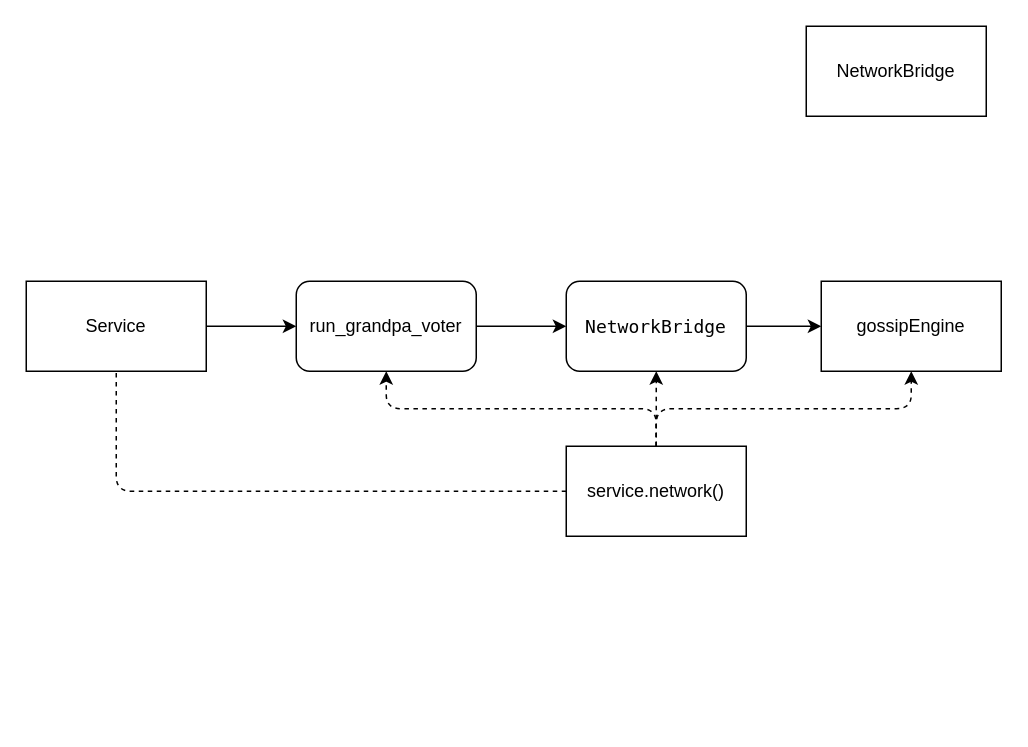
The draw.io diagram docs/代码研究/network.drawio in plotozhu/brace, before the edit. Source tidied: cells renumbered, new cells numbered last; positions are measured from the earlier drawing's top-left corner, leaving out a move shared by most shapes. Both pictures are drawn from the tidied source at 150%, with x=0, y=0 at pixel (26, 26).
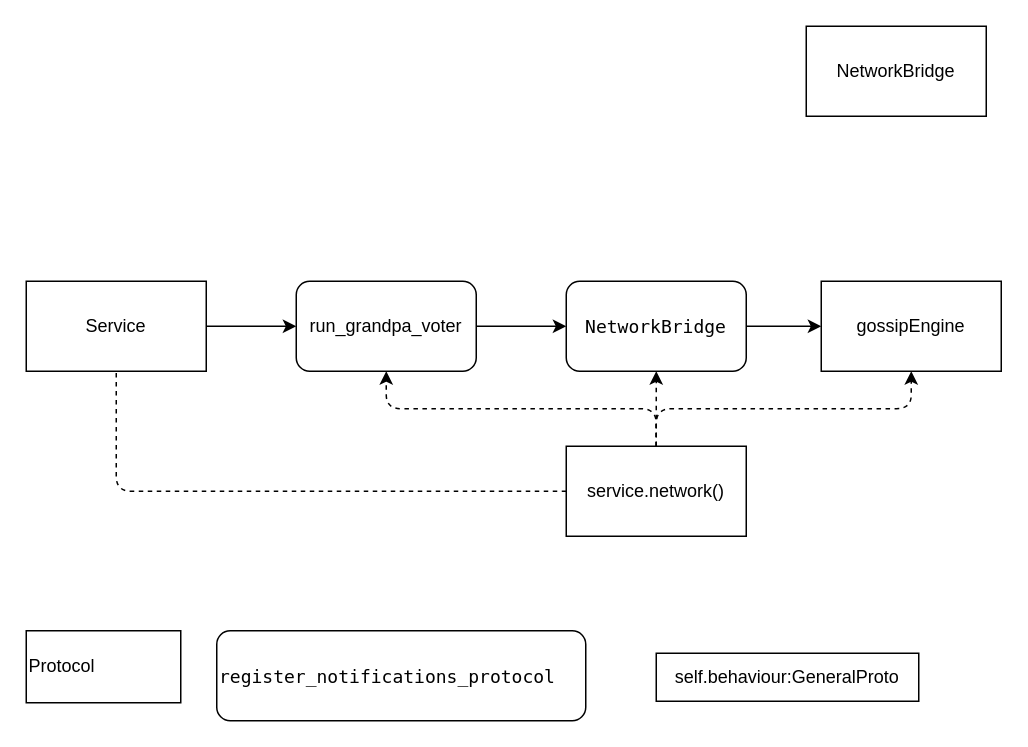
The same page after the edit.

Change to the diagram source:
```diff
@@
 <mxGraphModel>
   <root>
     <mxCell id="0" />
     <mxCell id="1" parent="0" />
     <mxCell id="2" value="NetworkBridge" style="rounded=0;whiteSpace=wrap;html=1;" parent="1" vertex="1">
       <mxGeometry x="520" width="120" height="60" as="geometry" />
     </mxCell>
     <mxCell id="3" value="gossipEngine" style="rounded=0;whiteSpace=wrap;html=1;" parent="1" vertex="1">
       <mxGeometry x="530" y="170" width="120" height="60" as="geometry" />
     </mxCell>
     <mxCell id="4" value="Service" style="rounded=0;whiteSpace=wrap;html=1;" parent="1" vertex="1">
       <mxGeometry y="170" width="120" height="60" as="geometry" />
     </mxCell>
     <mxCell id="5" value="run_grandpa_voter" style="rounded=1;whiteSpace=wrap;html=1;" parent="1" vertex="1">
       <mxGeometry x="180" y="170" width="120" height="60" as="geometry" />
     </mxCell>
     <mxCell id="6" value="&lt;span style=&quot;text-align: left&quot;&gt;service.network()&lt;/span&gt;" style="rounded=0;whiteSpace=wrap;html=1;" parent="1" vertex="1">
       <mxGeometry x="360" y="280" width="120" height="60" as="geometry" />
     </mxCell>
     <mxCell id="7" value="&lt;div style=&quot;background-color: rgb(255 , 255 , 255) ; font-family: &amp;#34;menlo&amp;#34; , &amp;#34;monaco&amp;#34; , &amp;#34;courier new&amp;#34; , monospace ; line-height: 18px ; white-space: pre&quot;&gt;NetworkBridge&lt;/div&gt;" style="rounded=1;whiteSpace=wrap;html=1;" parent="1" vertex="1">
       <mxGeometry x="360" y="170" width="120" height="60" as="geometry" />
     </mxCell>
     <mxCell id="8" style="endArrow=classic;html=1;exitX=1;exitY=0.5;exitDx=0;exitDy=0;" parent="1" edge="1" source="4">
       <mxGeometry relative="1" as="geometry">
         <mxPoint x="180" y="200" as="targetPoint" />
       </mxGeometry>
     </mxCell>
     <mxCell id="9" style="endArrow=classic;html=1;exitX=1;exitY=0.5;exitDx=0;exitDy=0;entryX=0;entryY=0.5;entryDx=0;entryDy=0;" parent="1" edge="1" source="5" target="7">
       <mxGeometry relative="1" as="geometry" />
     </mxCell>
     <mxCell id="10" style="endArrow=classic;html=1;exitX=1;exitY=0.5;exitDx=0;exitDy=0;" parent="1" edge="1" source="7" target="3">
       <mxGeometry relative="1" as="geometry" />
     </mxCell>
     <mxCell id="11" style="endArrow=none;dashed=1;html=1;exitX=0;exitY=0.5;exitDx=0;exitDy=0;entryX=0.5;entryY=1;entryDx=0;entryDy=0;edgeStyle=orthogonalEdgeStyle;" parent="1" edge="1" source="6" target="4">
       <mxGeometry relative="1" as="geometry" />
     </mxCell>
     <mxCell id="12" style="endArrow=classic;html=1;exitX=0.5;exitY=0;exitDx=0;exitDy=0;entryX=0.5;entryY=1;entryDx=0;entryDy=0;dashed=1;edgeStyle=orthogonalEdgeStyle;" parent="1" edge="1" source="6" target="5">
       <mxGeometry relative="1" as="geometry" />
     </mxCell>
     <mxCell id="13" style="endArrow=classic;html=1;entryX=0.5;entryY=1;entryDx=0;entryDy=0;exitX=0.5;exitY=0;exitDx=0;exitDy=0;dashed=1;edgeStyle=orthogonalEdgeStyle;" parent="1" edge="1" source="6" target="7">
       <mxGeometry relative="1" as="geometry" />
     </mxCell>
     <mxCell id="14" style="endArrow=classic;html=1;entryX=0.5;entryY=1;entryDx=0;entryDy=0;exitX=0.5;exitY=0;exitDx=0;exitDy=0;dashed=1;edgeStyle=orthogonalEdgeStyle;" parent="1" edge="1" source="6" target="3">
       <mxGeometry relative="1" as="geometry" />
     </mxCell>
+    <mxCell id="15" value="Protocol" style="rounded=0;whiteSpace=wrap;html=1;align=left;" parent="1" vertex="1">
+      <mxGeometry y="403" width="103" height="48" as="geometry" />
+    </mxCell>
+    <mxCell id="16" value="self.behaviour:GeneralProto" style="rounded=0;whiteSpace=wrap;html=1;" parent="1" vertex="1">
+      <mxGeometry x="420" y="418" width="175" height="32" as="geometry" />
+    </mxCell>
+    <mxCell id="17" value="&lt;div style=&quot;background-color: rgb(255 , 255 , 255) ; font-family: &amp;#34;menlo&amp;#34; , &amp;#34;monaco&amp;#34; , &amp;#34;courier new&amp;#34; , monospace ; line-height: 18px ; white-space: pre&quot;&gt;register_notifications_protocol&lt;/div&gt;" style="rounded=1;whiteSpace=wrap;html=1;align=left;" parent="1" vertex="1">
+      <mxGeometry x="127" y="403" width="246" height="60" as="geometry" />
+    </mxCell>
   </root>
 </mxGraphModel>
```
